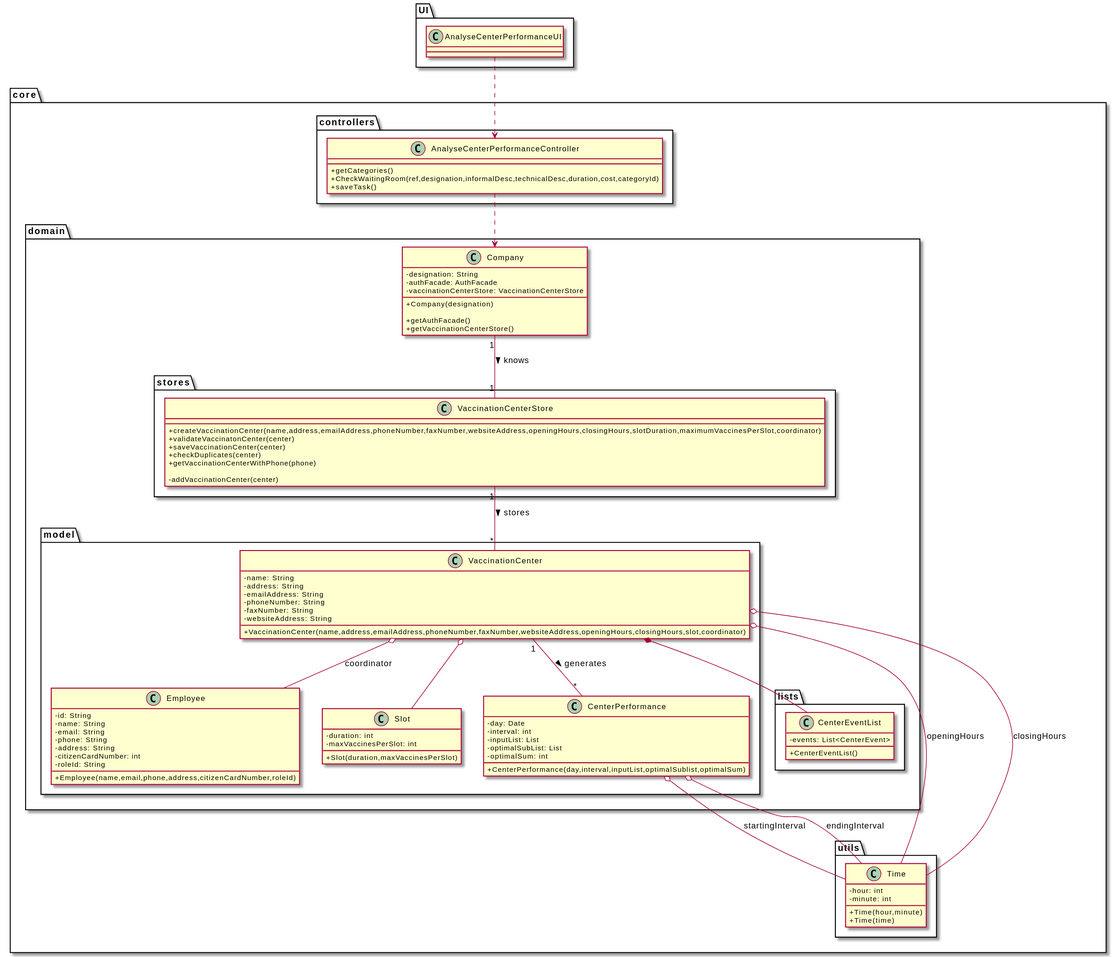
Above: docs/SprintD/US16/CD/US16_CD.svg in miseEnPlace-i/lapr2 (PlantUML), before the change.
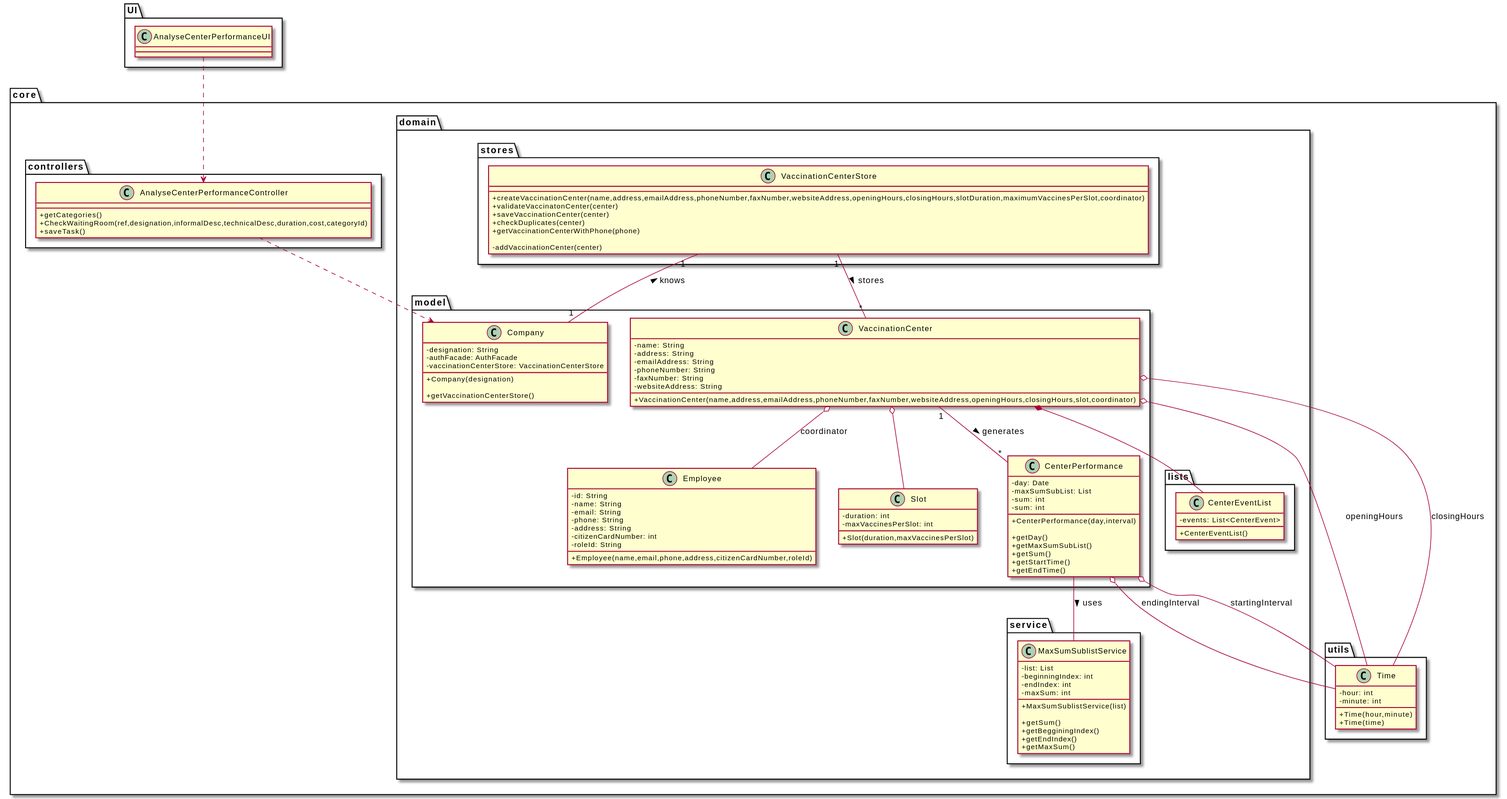
The same file after the commit.

The edit, as a diff of the source:
```diff
@@ -60,27 +60,45 @@
 
       class CenterPerformance {
         - day: Date
-        - interval: int
-        - inputList: List
-        - optimalSubList: List
-        - optimalSum: int
+        - maxSumSubList: List
+        - sum: int
+        - sum: int
 
-        +CenterPerformance(day,interval,inputList,optimalSublist,optimalSum)
+        +CenterPerformance(day,interval)
+
+        +getDay()
+        +getMaxSumSubList()
+        +getSum()
+        +getStartTime()
+        +getEndTime()
+      }
+
+      class Company {
+        -designation: String
+        -authFacade: AuthFacade
+        -vaccinationCenterStore: VaccinationCenterStore
+
+        +Company(designation)
+
+        +getVaccinationCenterStore()
       }
     }
 
-    class Company {
-      -designation: String
-      -authFacade: AuthFacade
-      -vaccinationCenterStore: VaccinationCenterStore
+    package service {
+      class MaxSumSublistService {
+        - list: List
+        - beginningIndex: int
+        - endIndex: int
+        - maxSum: int
 
-      +Company(designation)
+        +MaxSumSublistService(list)
 
-      +getAuthFacade()
-      +getVaccinationCenterStore()
+        +getSum()
+        +getBegginingIndex()
+        +getEndIndex()
+        +getMaxSum()
+      }
     }
-
-
   }
 
   package controllers {
@@ -116,6 +134,8 @@
 CenterPerformance o-- Time : startingInterval
 CenterPerformance o-- Time : endingInterval
 
+CenterPerformance -- MaxSumSublistService : uses >
+
 VaccinationCenterStore "1" -- "*" VaccinationCenter : stores >
 
 Company "1" -- "1" VaccinationCenterStore : knows >
```
